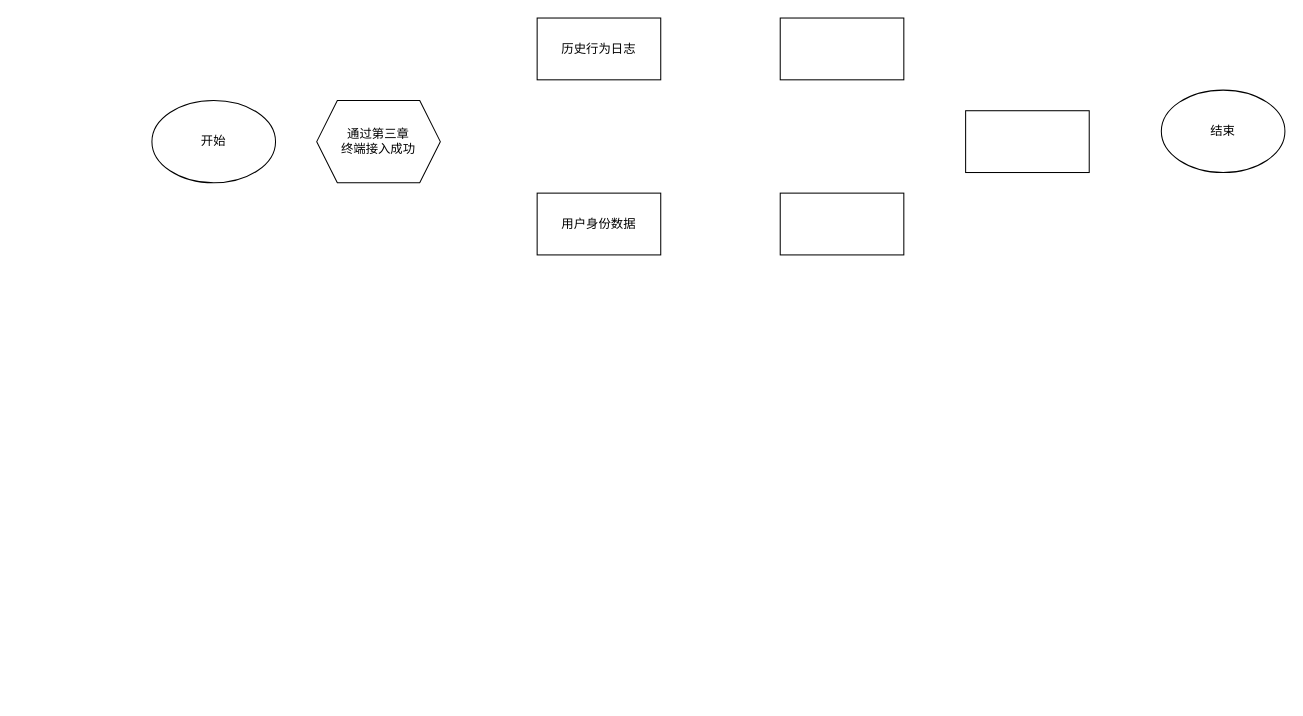
The draw.io diagram testDirectory/持续接入检验流程.drawio in Moose1273/-, before the edit. Source tidied: cells renumbered, new cells numbered last; positions are measured from the earlier drawing's top-left corner, leaving out a move shared by most shapes. Both pictures are drawn from the tidied source at 103%, with x=0, y=0 at pixel (151, 18).
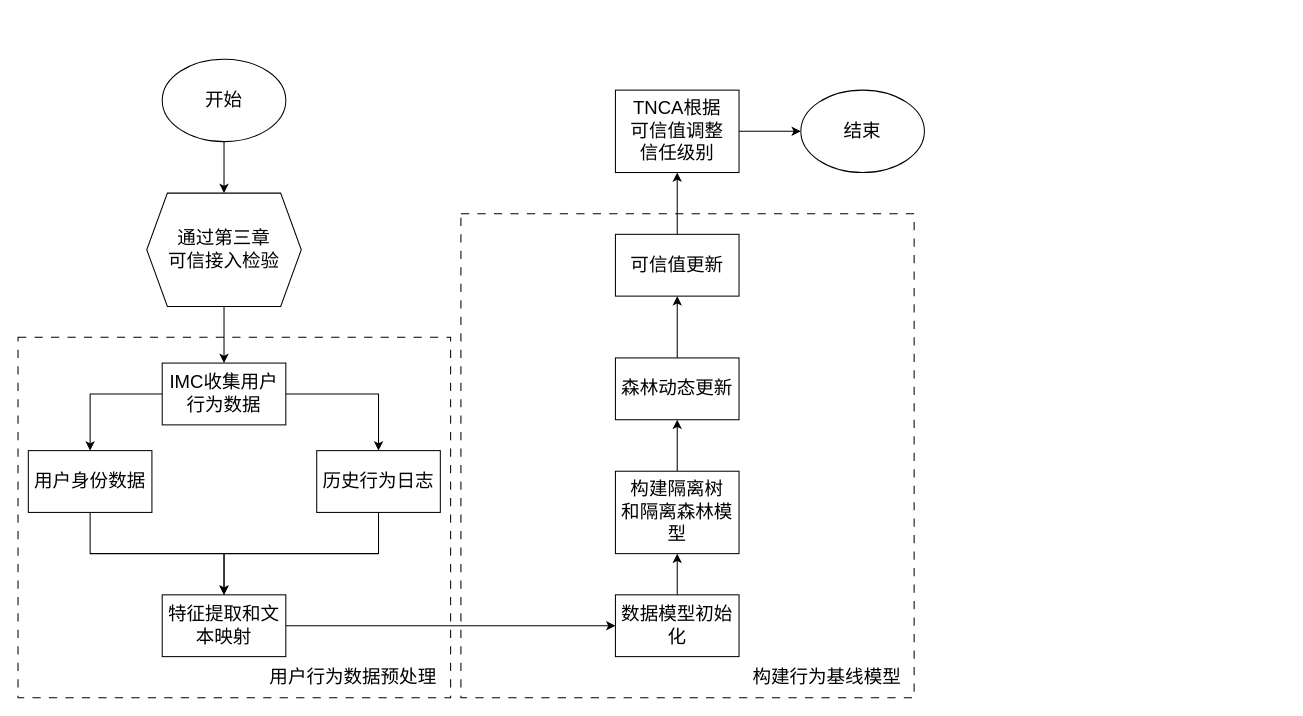
The same page after the edit.

Commit message (it also covers changes not shown here):
更新持续接入检验流程.drawio

What changed in the source:
```diff
@@
+    <mxCell id="10" style="rounded=0;whiteSpace=wrap;html=1;dashed=1;dashPattern=8 8;fontSize=18;" parent="1" vertex="1">
+      <mxGeometry x="300" y="190" width="440" height="470" as="geometry" />
+    </mxCell>
+    <mxCell id="11" style="rounded=0;whiteSpace=wrap;html=1;dashed=1;dashPattern=8 8;fontSize=18;" parent="1" vertex="1">
+      <mxGeometry x="-130" y="310" width="420" height="350" as="geometry" />
+    </mxCell>
+    <mxCell id="12" style="edgeStyle=orthogonalEdgeStyle;rounded=0;jettySize=auto;html=1;exitX=0.5;exitY=1;exitDx=0;exitDy=0;entryX=0.5;entryY=0;entryDx=0;entryDy=0;fontSize=18;" parent="1" edge="1" source="2" target="4">
+      <mxGeometry relative="1" as="geometry" />
+    </mxCell>
-    <mxCell id="2" value="开始" style="ellipse;whiteSpace=wrap;html=1;" parent="1" vertex="1">
-      <mxGeometry y="80" width="120" height="80" as="geometry" />
+    <mxCell id="2" value="&lt;font style=&quot;font-size: 18px;&quot;&gt;开始&lt;/font&gt;" style="ellipse;whiteSpace=wrap;html=1;fontSize=18;" parent="1" vertex="1">
+      <mxGeometry x="10" y="40" width="120" height="80" as="geometry" />
     </mxCell>
+    <mxCell id="13" style="edgeStyle=orthogonalEdgeStyle;rounded=0;jettySize=auto;html=1;fontSize=18;" parent="1" edge="1" source="4" target="16">
+      <mxGeometry relative="1" as="geometry" />
+    </mxCell>
+    <mxCell id="4" value="通过第三章&lt;br style=&quot;font-size: 18px;&quot;&gt;可信接入检验" style="shape=hexagon;perimeter=hexagonPerimeter2;whiteSpace=wrap;html=1;fixedSize=1;fontSize=18;" parent="1" vertex="1">
+      <mxGeometry x="-5" y="170" width="150" height="110" as="geometry" />
+    </mxCell>
+    <mxCell id="14" style="edgeStyle=orthogonalEdgeStyle;rounded=0;jettySize=auto;html=1;fontSize=18;" parent="1" edge="1" source="16" target="6">
+      <mxGeometry relative="1" as="geometry" />
+    </mxCell>
+    <mxCell id="15" style="edgeStyle=orthogonalEdgeStyle;rounded=0;jettySize=auto;html=1;fontSize=18;" parent="1" edge="1" source="16" target="5">
+      <mxGeometry relative="1" as="geometry" />
+    </mxCell>
+    <mxCell id="16" value="IMC收集用户行为数据" style="whiteSpace=wrap;html=1;fontSize=18;" parent="1" vertex="1">
+      <mxGeometry x="10" y="335" width="120" height="60" as="geometry" />
+    </mxCell>
+    <mxCell id="17" style="edgeStyle=orthogonalEdgeStyle;rounded=0;jettySize=auto;html=1;exitX=0.5;exitY=1;exitDx=0;exitDy=0;fontSize=18;" parent="1" edge="1" source="6" target="20">
+      <mxGeometry relative="1" as="geometry" />
+    </mxCell>
+    <mxCell id="6" value="用户身份数据" style="whiteSpace=wrap;html=1;fontSize=18;" parent="1" vertex="1">
+      <mxGeometry x="-120" y="420" width="120" height="60" as="geometry" />
+    </mxCell>
+    <mxCell id="18" style="edgeStyle=orthogonalEdgeStyle;rounded=0;jettySize=auto;html=1;exitX=0.5;exitY=1;exitDx=0;exitDy=0;entryX=0.5;entryY=0;entryDx=0;entryDy=0;fontSize=18;" parent="1" edge="1" source="5" target="20">
+      <mxGeometry relative="1" as="geometry" />
+    </mxCell>
+    <mxCell id="5" value="历史行为日志" style="whiteSpace=wrap;html=1;fontSize=18;" parent="1" vertex="1">
+      <mxGeometry x="160" y="420" width="120" height="60" as="geometry" />
+    </mxCell>
+    <mxCell id="19" style="edgeStyle=orthogonalEdgeStyle;rounded=0;jettySize=auto;html=1;fontSize=18;" parent="1" edge="1" source="20" target="22">
+      <mxGeometry relative="1" as="geometry" />
+    </mxCell>
+    <mxCell id="20" value="特征提取和文本映射" style="whiteSpace=wrap;html=1;fontSize=18;" parent="1" vertex="1">
+      <mxGeometry x="10" y="560" width="120" height="60" as="geometry" />
+    </mxCell>
+    <mxCell id="21" style="edgeStyle=orthogonalEdgeStyle;rounded=0;jettySize=auto;html=1;fontSize=18;" parent="1" edge="1" source="22" target="24">
+      <mxGeometry relative="1" as="geometry" />
+    </mxCell>
+    <mxCell id="22" value="数据模型初始化" style="whiteSpace=wrap;html=1;fontSize=18;" parent="1" vertex="1">
+      <mxGeometry x="450" y="560" width="120" height="60" as="geometry" />
+    </mxCell>
+    <mxCell id="23" style="edgeStyle=orthogonalEdgeStyle;rounded=0;jettySize=auto;html=1;exitX=0.5;exitY=0;exitDx=0;exitDy=0;entryX=0.5;entryY=1;entryDx=0;entryDy=0;fontSize=18;" parent="1" edge="1" source="24" target="26">
+      <mxGeometry relative="1" as="geometry" />
+    </mxCell>
+    <mxCell id="24" value="构建隔离树&lt;br style=&quot;font-size: 18px;&quot;&gt;和隔离森林模型" style="whiteSpace=wrap;html=1;fontSize=18;" parent="1" vertex="1">
+      <mxGeometry x="450" y="440" width="120" height="80" as="geometry" />
+    </mxCell>
+    <mxCell id="25" style="edgeStyle=orthogonalEdgeStyle;rounded=0;jettySize=auto;html=1;exitX=0.5;exitY=0;exitDx=0;exitDy=0;entryX=0.5;entryY=1;entryDx=0;entryDy=0;fontSize=18;" parent="1" edge="1" source="26" target="28">
+      <mxGeometry relative="1" as="geometry" />
+    </mxCell>
+    <mxCell id="26" value="森林动态更新" style="whiteSpace=wrap;html=1;fontSize=18;" parent="1" vertex="1">
+      <mxGeometry x="450" y="330" width="120" height="60" as="geometry" />
+    </mxCell>
+    <mxCell id="27" style="edgeStyle=orthogonalEdgeStyle;rounded=0;jettySize=auto;html=1;fontSize=18;" parent="1" edge="1" source="28" target="30">
+      <mxGeometry relative="1" as="geometry" />
+    </mxCell>
+    <mxCell id="28" value="可信值更新" style="whiteSpace=wrap;html=1;fontSize=18;" parent="1" vertex="1">
+      <mxGeometry x="450" y="210" width="120" height="60" as="geometry" />
+    </mxCell>
+    <mxCell id="29" style="edgeStyle=orthogonalEdgeStyle;rounded=0;jettySize=auto;html=1;entryX=0;entryY=0.5;entryDx=0;entryDy=0;fontSize=18;" parent="1" edge="1" source="30" target="3">
+      <mxGeometry relative="1" as="geometry" />
+    </mxCell>
+    <mxCell id="30" value="TNCA根据&lt;br&gt;可信值调整&lt;br&gt;信任级别" style="whiteSpace=wrap;html=1;fontSize=18;" parent="1" vertex="1">
+      <mxGeometry x="450" y="70" width="120" height="80" as="geometry" />
+    </mxCell>
-    <mxCell id="3" value="结束" style="ellipse;whiteSpace=wrap;html=1;" parent="1" vertex="1">
-      <mxGeometry x="980" y="70" width="120" height="80" as="geometry" />
+    <mxCell id="3" value="&lt;font style=&quot;font-size: 18px;&quot;&gt;结束&lt;/font&gt;" style="ellipse;whiteSpace=wrap;html=1;fontSize=18;" parent="1" vertex="1">
+      <mxGeometry x="630" y="70" width="120" height="80" as="geometry" />
     </mxCell>
-    <mxCell id="4" value="通过第三章&lt;br&gt;终端接入成功" style="shape=hexagon;perimeter=hexagonPerimeter2;whiteSpace=wrap;html=1;fixedSize=1;" parent="1" vertex="1">
-      <mxGeometry x="160" y="80" width="120" height="80" as="geometry" />
-    </mxCell>
-    <mxCell id="5" value="历史行为日志" style="rounded=0;whiteSpace=wrap;html=1;" parent="1" vertex="1">
-      <mxGeometry x="374" width="120" height="60" as="geometry" />
-    </mxCell>
-    <mxCell id="6" value="用户身份数据" style="rounded=0;whiteSpace=wrap;html=1;" parent="1" vertex="1">
-      <mxGeometry x="374" y="170" width="120" height="60" as="geometry" />
-    </mxCell>
-    <mxCell id="7" style="rounded=0;whiteSpace=wrap;html=1;" parent="1" vertex="1">
-      <mxGeometry x="610" width="120" height="60" as="geometry" />
-    </mxCell>
-    <mxCell id="8" style="rounded=0;whiteSpace=wrap;html=1;" parent="1" vertex="1">
-      <mxGeometry x="610" y="170" width="120" height="60" as="geometry" />
-    </mxCell>
-    <mxCell id="9" style="rounded=0;whiteSpace=wrap;html=1;" parent="1" vertex="1">
-      <mxGeometry x="790" y="90" width="120" height="60" as="geometry" />
-    </mxCell>
+    <mxCell id="31" value="用户行为数据预处理" style="text;html=1;align=center;verticalAlign=middle;strokeColor=none;fillColor=none;fontSize=18;" parent="1" vertex="1">
+      <mxGeometry x="100" y="620" width="190" height="40" as="geometry" />
+    </mxCell>
+    <mxCell id="32" value="构建行为基线模型" style="text;html=1;align=center;verticalAlign=middle;strokeColor=none;fillColor=none;fontSize=18;" parent="1" vertex="1">
+      <mxGeometry x="570" y="620" width="170" height="40" as="geometry" />
+    </mxCell>
```
